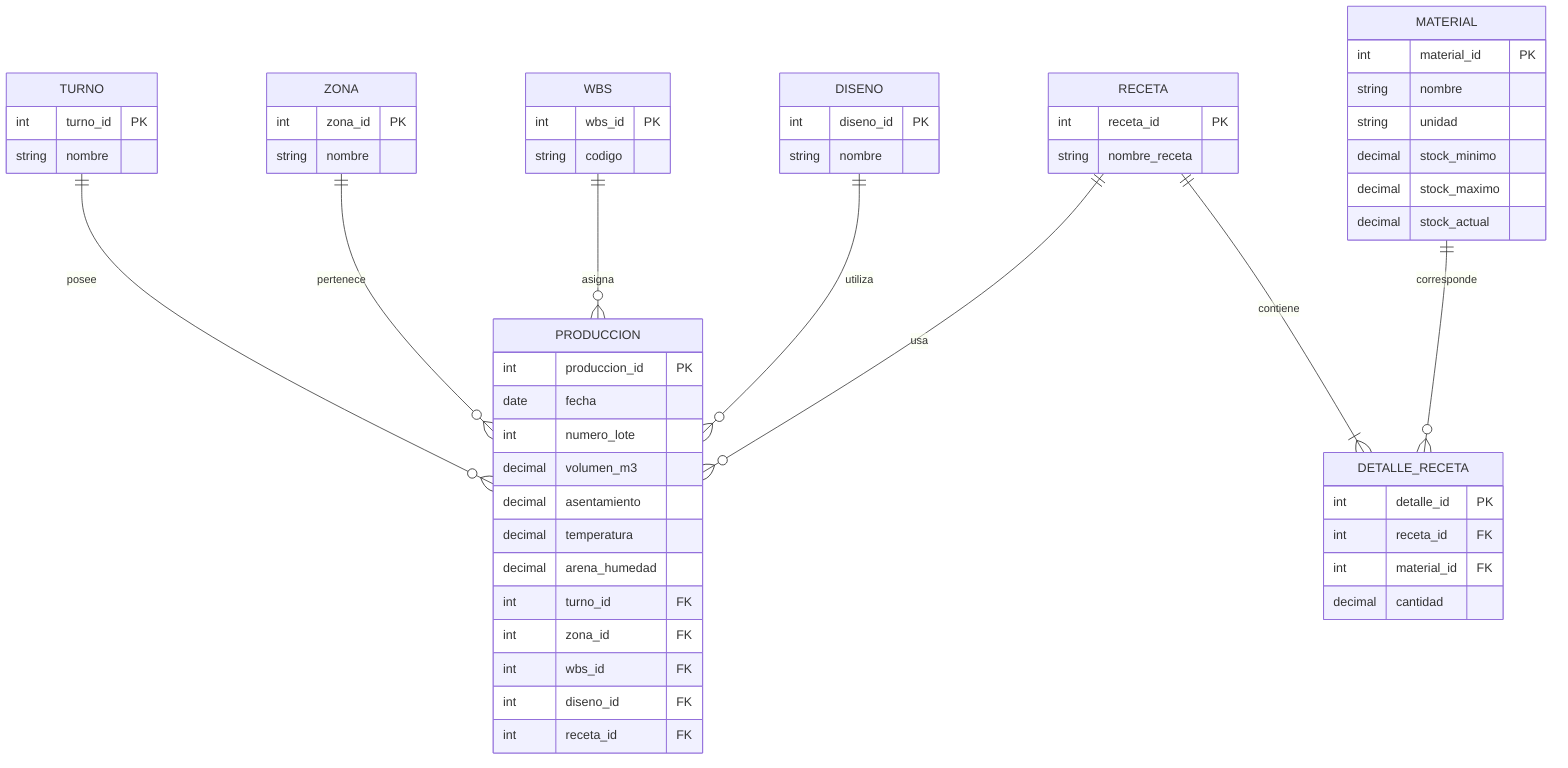
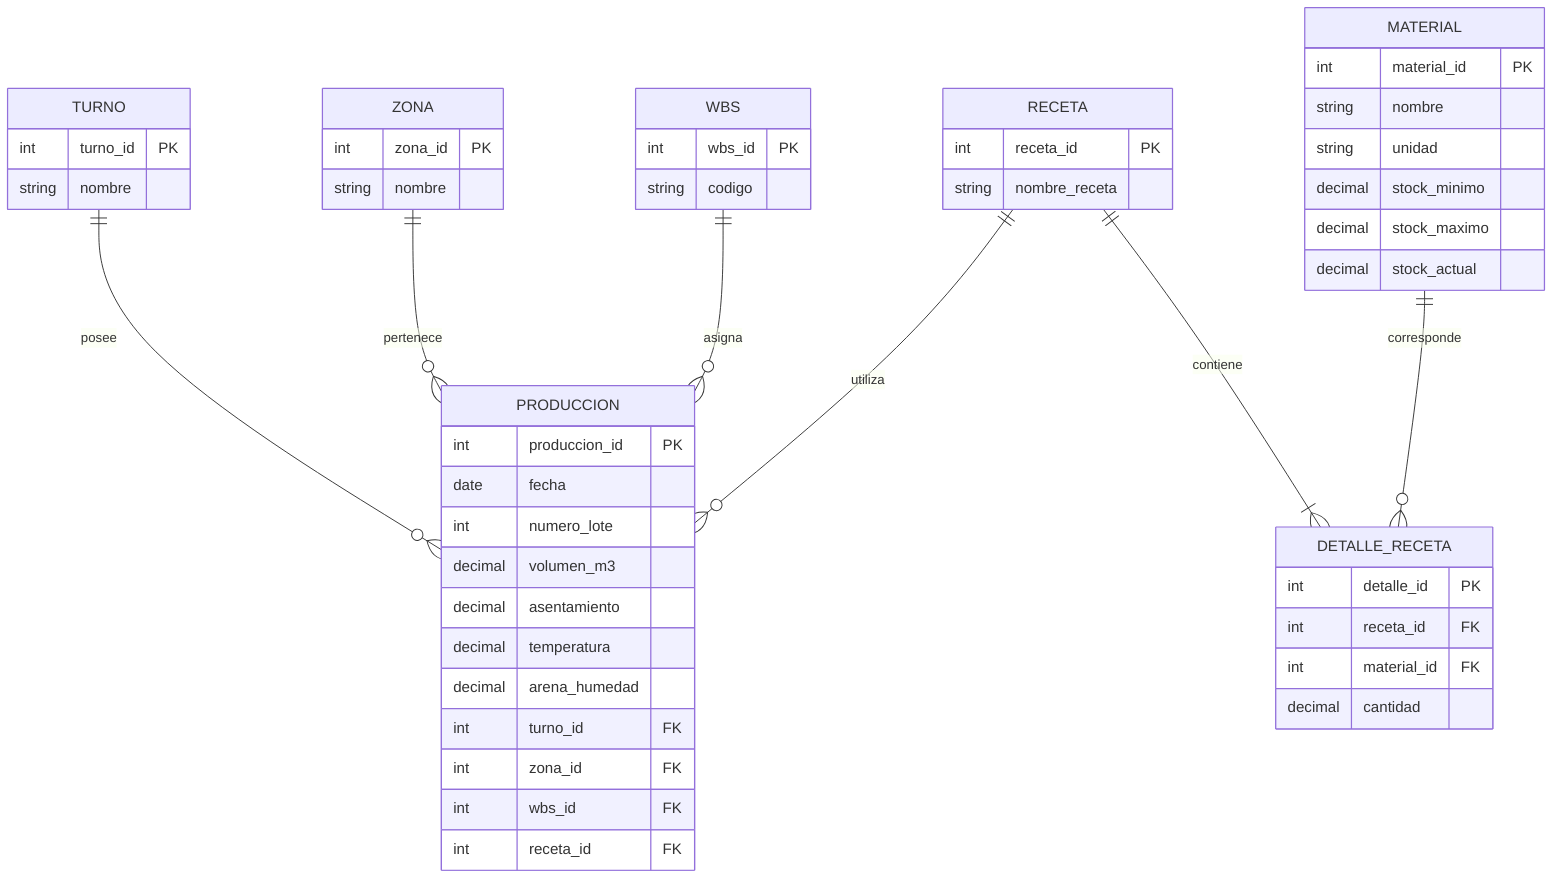
erDiagram

PRODUCCION {
    int produccion_id PK
    date fecha
    int numero_lote
    decimal volumen_m3
    decimal asentamiento
    decimal temperatura
    decimal arena_humedad

    int turno_id FK
    int zona_id FK
    int wbs_id FK
-     int diseno_id FK
    int receta_id FK
}

RECETA {
    int receta_id PK
    string nombre_receta
}

DETALLE_RECETA {
    int detalle_id PK
    int receta_id FK
    int material_id FK
    decimal cantidad
}

MATERIAL {
    int material_id PK
    string nombre
    string unidad

    decimal stock_minimo
    decimal stock_maximo
    decimal stock_actual
}

TURNO {
    int turno_id PK
    string nombre
}

ZONA {
    int zona_id PK
    string nombre
}

WBS {
    int wbs_id PK
    string codigo
}

- DISENO {
-     int diseno_id PK
-     string nombre
- }
- 
TURNO ||--o{ PRODUCCION : posee
ZONA ||--o{ PRODUCCION : pertenece
WBS ||--o{ PRODUCCION : asigna
- DISENO ||--o{ PRODUCCION : utiliza

- RECETA ||--o{ PRODUCCION : usa
+ RECETA ||--o{ PRODUCCION : utiliza

RECETA ||--|{ DETALLE_RECETA : contiene

MATERIAL ||--o{ DETALLE_RECETA : corresponde